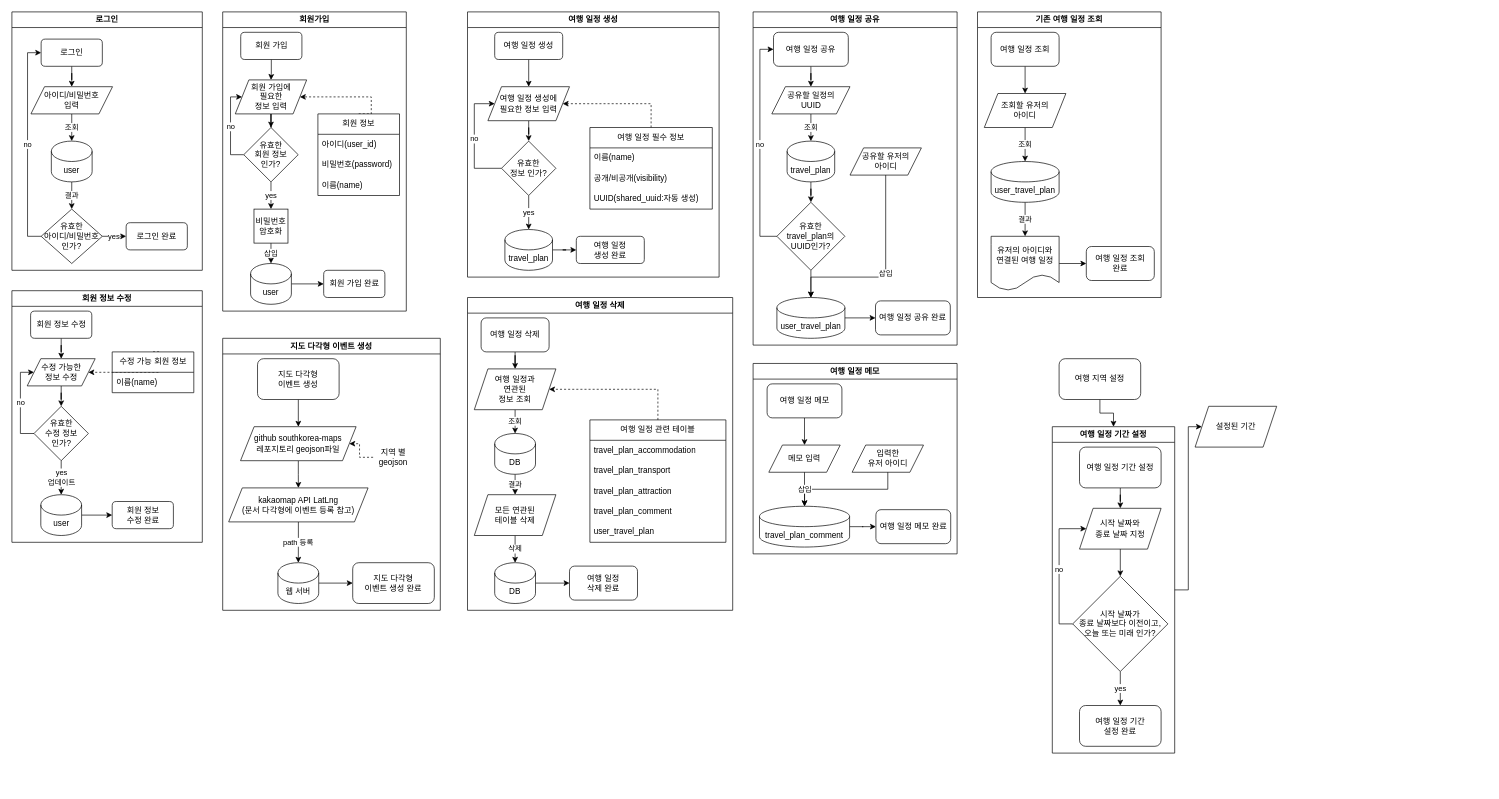
This is trivista/자료/trivista_flowchart_V2.drawio from Ju-S/TIL_KDT, a draw.io file, before an edit. Source tidied: cells renumbered, new cells numbered last; positions are measured from the earlier drawing's top-left corner, leaving out a move shared by most shapes. Both pictures are drawn from the tidied source at 68%, with x=0, y=0 at pixel (12, 12).
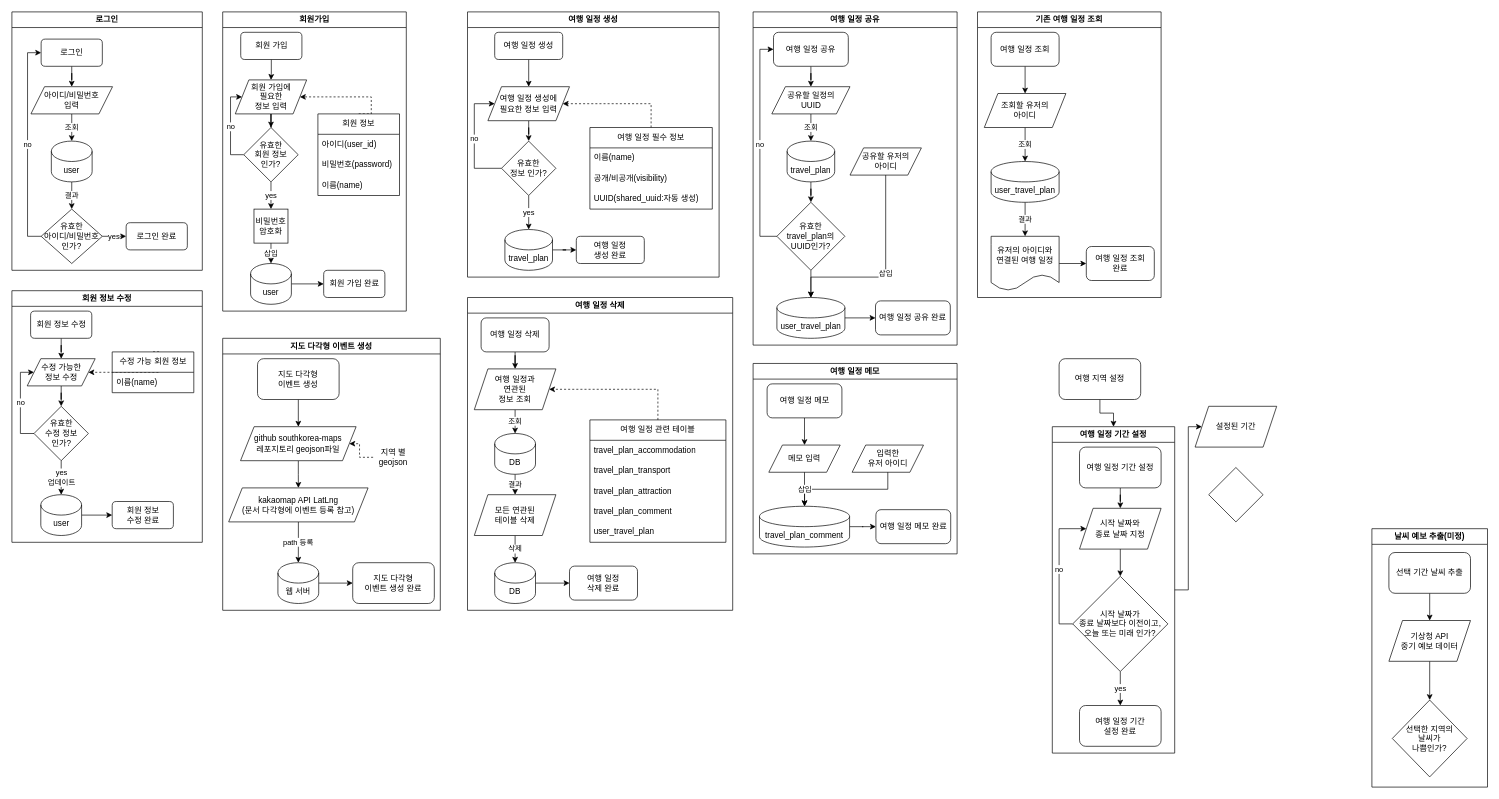
The same diagram, later.

Change to the diagram source:
```diff
@@
+    <mxCell id="140" style="rhombus;whiteSpace=wrap;html=1;" parent="1" vertex="1">
+      <mxGeometry x="1760" y="670" width="80" height="80" as="geometry" />
+    </mxCell>
+    <mxCell id="141" value="날씨 예보 추출(미정)" style="swimlane;whiteSpace=wrap;html=1;" parent="1" vertex="1">
+      <mxGeometry x="2000" y="760" width="170" height="380" as="geometry" />
+    </mxCell>
+    <mxCell id="142" style="edgeStyle=orthogonalEdgeStyle;rounded=0;jettySize=auto;html=1;" parent="141" edge="1" source="143" target="145">
+      <mxGeometry relative="1" as="geometry" />
+    </mxCell>
+    <mxCell id="143" value="선택 기간 날씨 추출" style="rounded=1;whiteSpace=wrap;html=1;" parent="141" vertex="1">
+      <mxGeometry x="25" y="35" width="120" height="60" as="geometry" />
+    </mxCell>
+    <mxCell id="144" style="edgeStyle=orthogonalEdgeStyle;rounded=0;jettySize=auto;html=1;" parent="141" edge="1" source="145" target="146">
+      <mxGeometry relative="1" as="geometry" />
+    </mxCell>
+    <mxCell id="145" value="기상청 API&lt;div&gt;중기 예보 데이터&lt;/div&gt;" style="shape=parallelogram;perimeter=parallelogramPerimeter;whiteSpace=wrap;html=1;fixedSize=1;" parent="141" vertex="1">
+      <mxGeometry x="25" y="135" width="120" height="60" as="geometry" />
+    </mxCell>
+    <mxCell id="146" value="선택한 지역의&lt;div&gt;날씨가&lt;/div&gt;&lt;div&gt;나쁨인가?&lt;/div&gt;" style="rhombus;whiteSpace=wrap;html=1;" parent="141" vertex="1">
+      <mxGeometry x="30" y="252" width="110" height="113" as="geometry" />
+    </mxCell>
```
